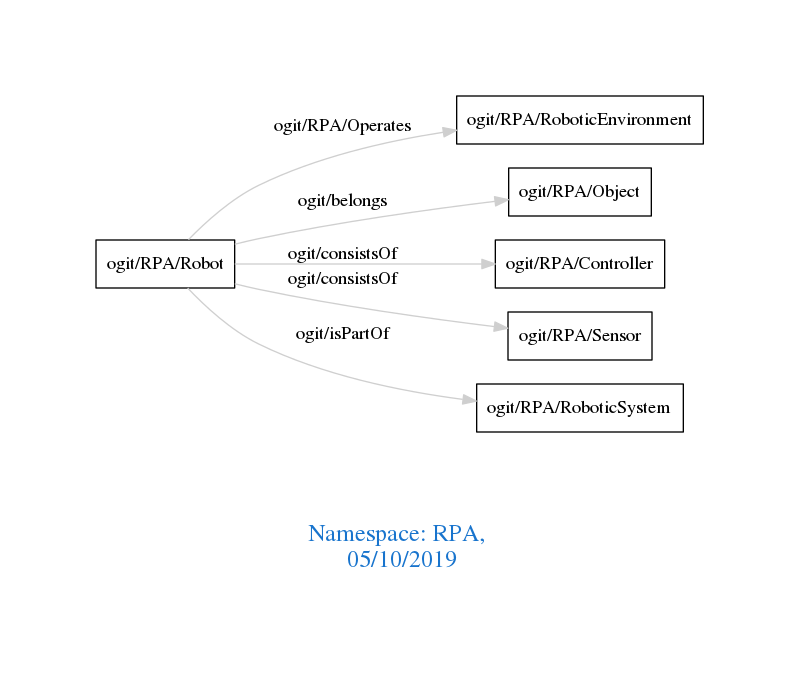
This is downloads/RPA.png from arago/OGIT, a Graphviz export, as it was before one commit. Its source is kept beside it as downloads/RPA.dot.
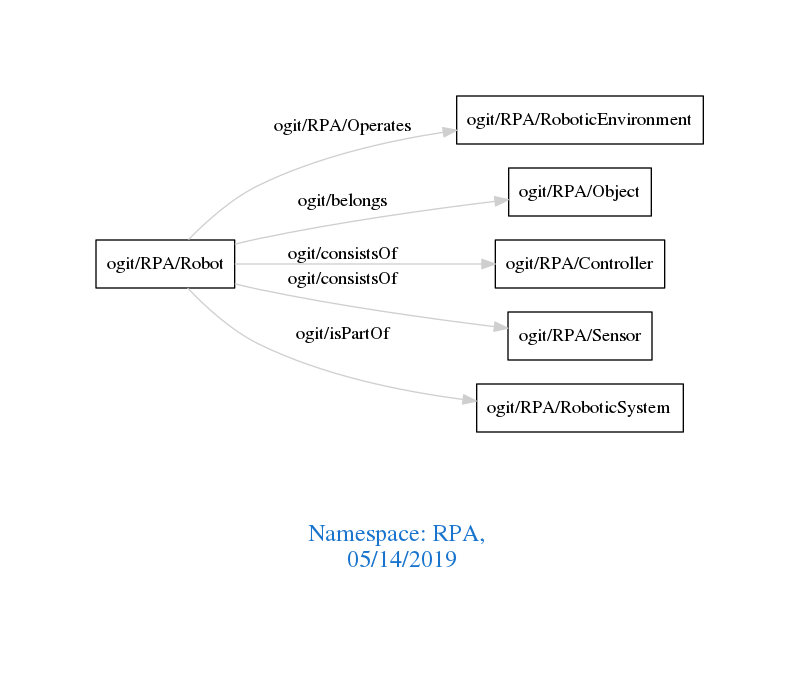
After the change.

Change to the diagram source:
```diff
@@ -1,7 +1,7 @@
 digraph OGIT_ontology {
  graph [ rankdir= LR,pad=1
 fontsize = 18,
-fontcolor= dodgerblue3,label = "\n\n\nNamespace: RPA, \n 05/10/2019"];
+fontcolor= dodgerblue3,label = "\n\n\nNamespace: RPA, \n 05/14/2019"];
 node[shape=polygon];
 edge [  color="gray81"];
 
```
